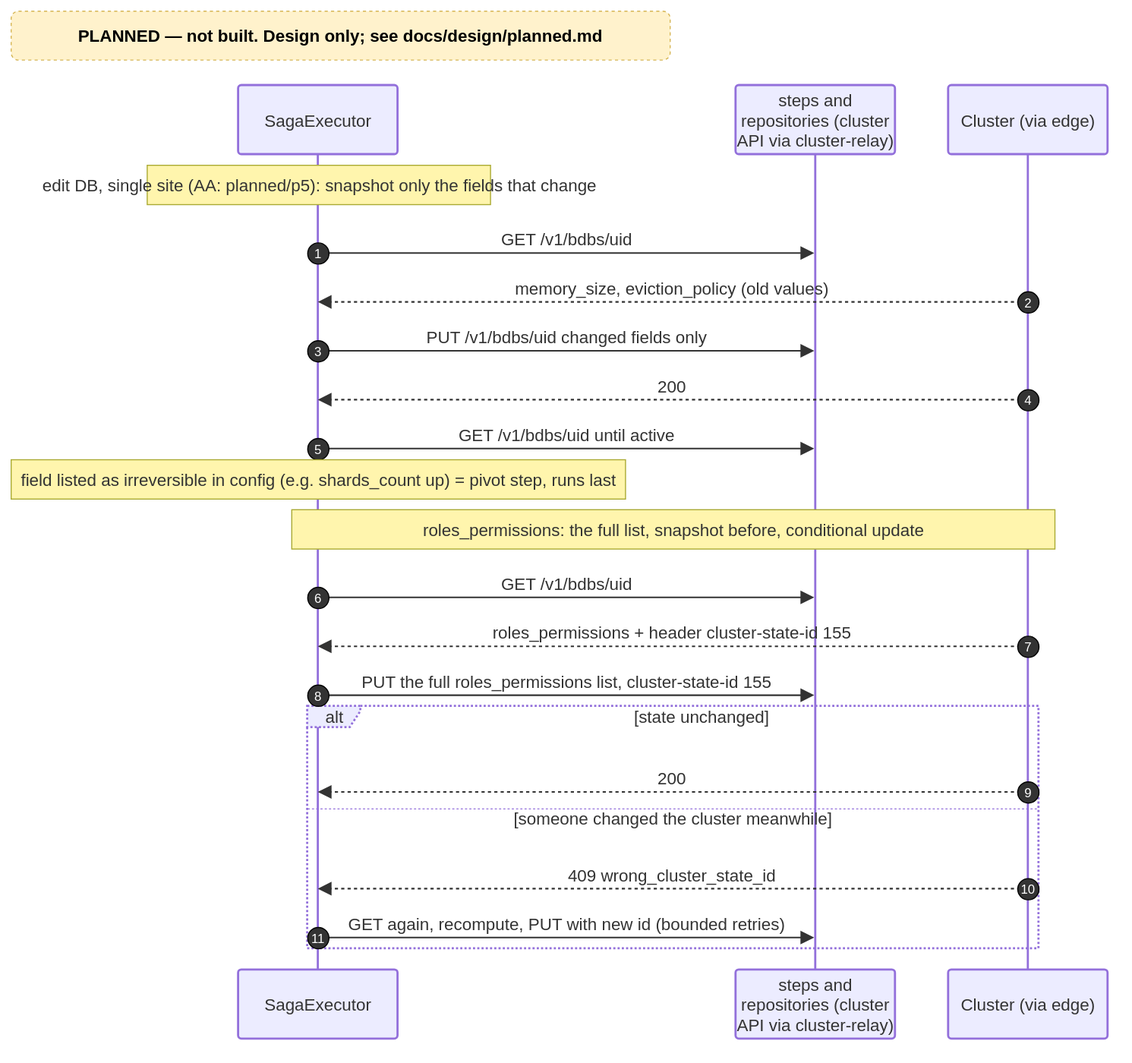
Above: docs/diagrams/planned/p3-seq-edit-database.drawio.svg in EliShteinman/redis-enterprise-services (draw.io), before the change. Source tidied: cells renumbered, new cells last; positions are measured from the earlier drawing's top-left corner, leaving out a move shared by most shapes.
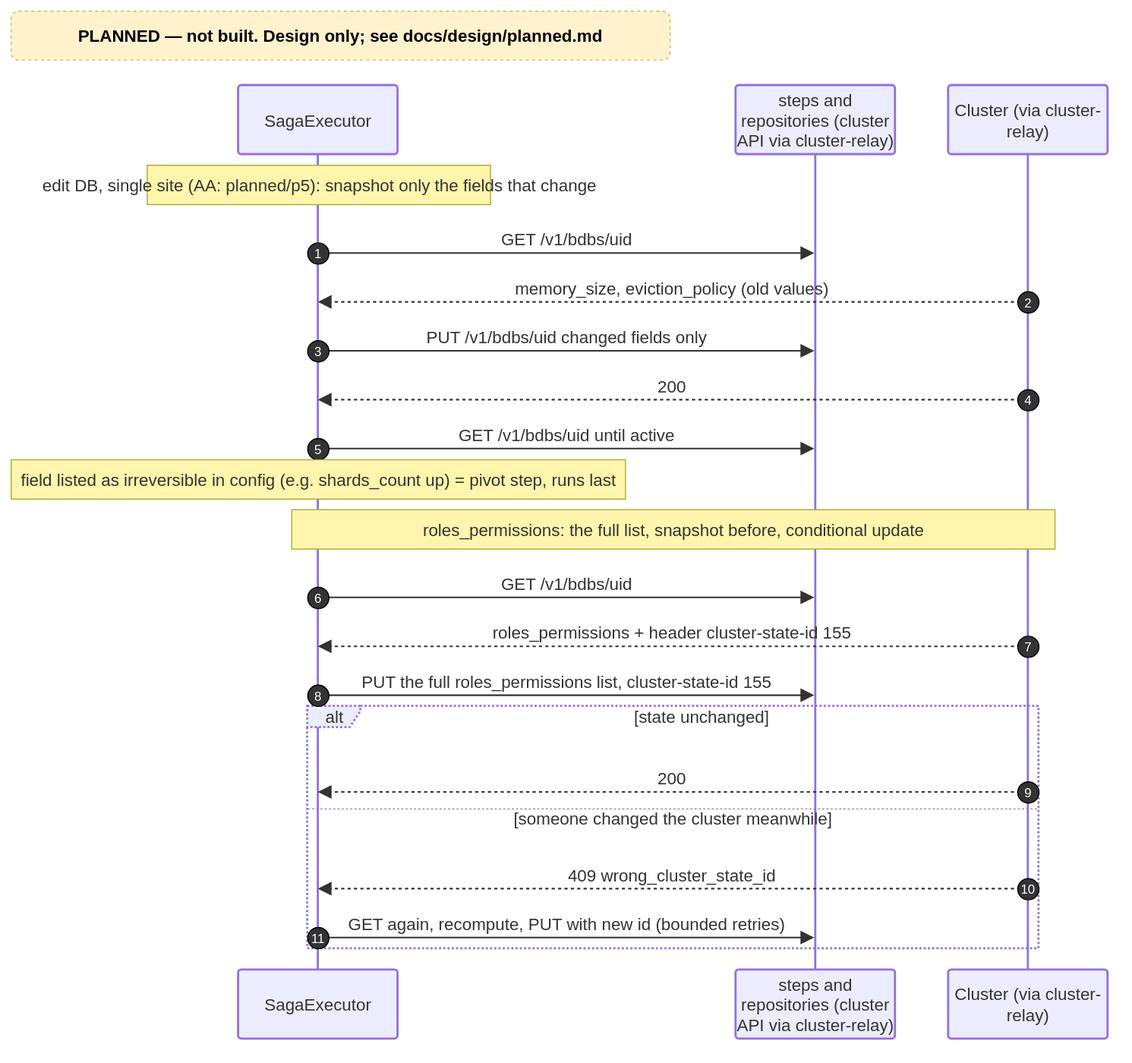
After the change.

Diff of the diagram source:
```diff
@@ -8,7 +8,7 @@
     <mxCell id="3" value="steps and repositories (cluster API via cluster-relay)" style="html=1;shape=umlLifeline;perimeter=lifelinePerimeter;whiteSpace=wrap;outlineConnect=0;portConstraint=eastwest;newEdgeStyle={&quot;edgeStyle&quot;:&quot;sequenceEdgeStyle&quot;,&quot;libavoidRouting&quot;:0,&quot;curved&quot;:0,&quot;rounded&quot;:0};lifelineDashed=0;strokeWidth=2;rounded=1;absoluteArcSize=1;arcSize=6;lifelineColor=light-dark(#9370DB,#cccccc);size=65;lifelineMirror=1;fillColor=light-dark(#ECECFF,#1f2020);strokeColor=light-dark(#9370DB,#cccccc);fontColor=light-dark(#333333,#cccccc);fontFamily=Trebuchet MS,Verdana,Arial,sans-serif;fontSize=16;" parent="1" vertex="1">
       <mxGeometry x="682" y="70" width="150" height="897" as="geometry" />
     </mxCell>
-    <mxCell id="4" value="Cluster (via edge)" style="html=1;shape=umlLifeline;perimeter=lifelinePerimeter;whiteSpace=wrap;outlineConnect=0;portConstraint=eastwest;newEdgeStyle={&quot;edgeStyle&quot;:&quot;sequenceEdgeStyle&quot;,&quot;libavoidRouting&quot;:0,&quot;curved&quot;:0,&quot;rounded&quot;:0};lifelineDashed=0;strokeWidth=2;rounded=1;absoluteArcSize=1;arcSize=6;lifelineColor=light-dark(#9370DB,#cccccc);size=65;lifelineMirror=1;fillColor=light-dark(#ECECFF,#1f2020);strokeColor=light-dark(#9370DB,#cccccc);fontColor=light-dark(#333333,#cccccc);fontFamily=Trebuchet MS,Verdana,Arial,sans-serif;fontSize=16;" parent="1" vertex="1">
+    <mxCell id="4" value="Cluster (via cluster-relay)" style="html=1;shape=umlLifeline;perimeter=lifelinePerimeter;whiteSpace=wrap;outlineConnect=0;portConstraint=eastwest;newEdgeStyle={&quot;edgeStyle&quot;:&quot;sequenceEdgeStyle&quot;,&quot;libavoidRouting&quot;:0,&quot;curved&quot;:0,&quot;rounded&quot;:0};lifelineDashed=0;strokeWidth=2;rounded=1;absoluteArcSize=1;arcSize=6;lifelineColor=light-dark(#9370DB,#cccccc);size=65;lifelineMirror=1;fillColor=light-dark(#ECECFF,#1f2020);strokeColor=light-dark(#9370DB,#cccccc);fontColor=light-dark(#333333,#cccccc);fontFamily=Trebuchet MS,Verdana,Arial,sans-serif;fontSize=16;" parent="1" vertex="1">
       <mxGeometry x="882" y="70" width="150" height="897" as="geometry" />
     </mxCell>
     <mxCell id="5" value="alt" style="html=1;shape=umlFrame;dashed=1;fixDash=1;dashPattern=2 2;strokeWidth=2;fillColor=light-dark(#ECECFF,#1f2020);strokeColor=light-dark(#9370DB,#cccccc);fontSize=16;align=center;verticalAlign=middle;fontFamily=Trebuchet MS,Verdana,Arial,sans-serif;fontColor=light-dark(#333333,#cccccc);height=20;width=50;" parent="1" vertex="1">
```
